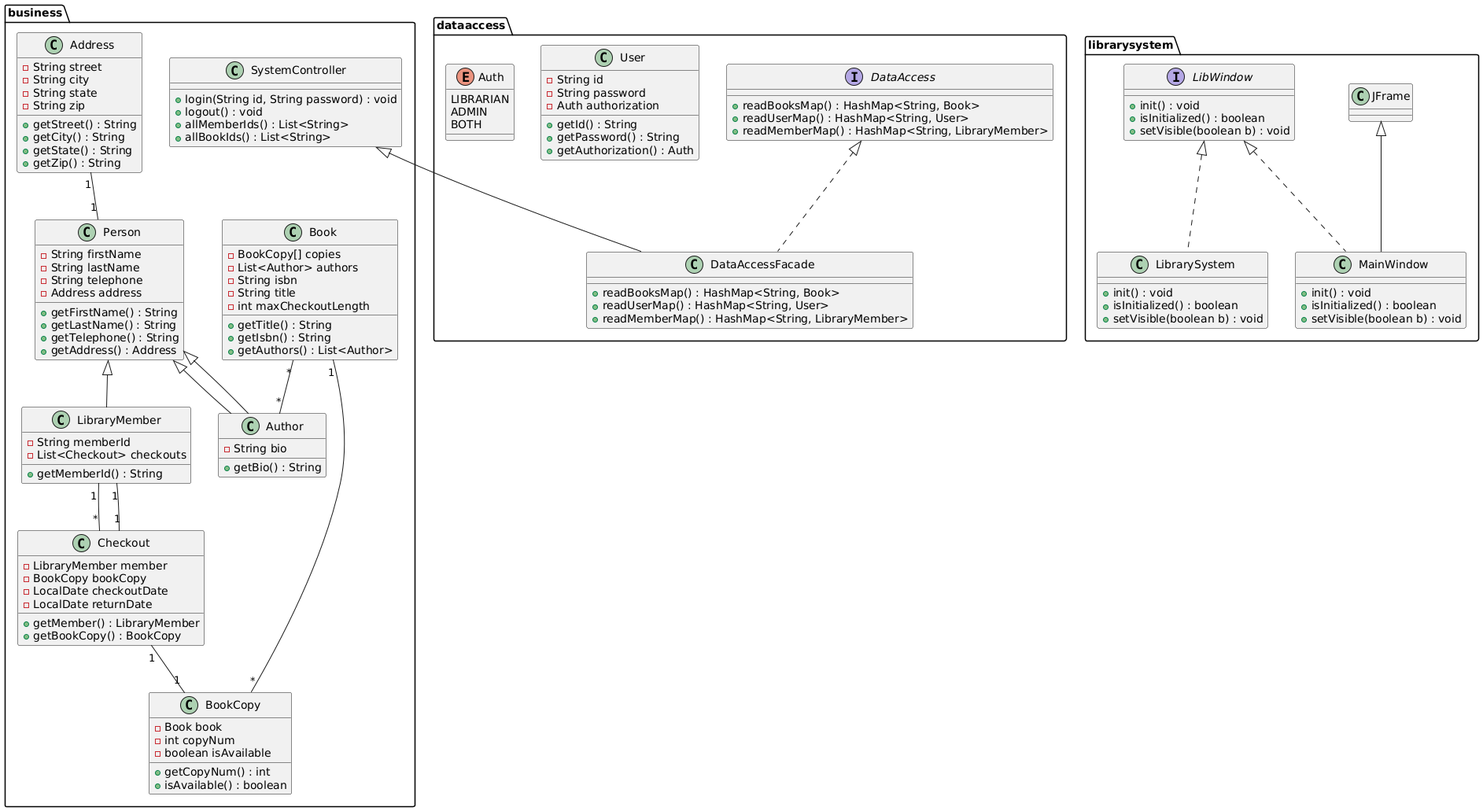
The PlantUML diagram src/uml/class_diagram.png in mohammed-almassri/LibraryGroupD, before a commit. Source of this version:
```plantuml
@startuml
package business {
  class Address {
   - String street
   - String city
   - String state
   - String zip
   + getStreet() : String
   + getCity() : String
   + getState() : String
   + getZip() : String
  }

  class Person {
   - String firstName
   - String lastName
   - String telephone
   - Address address
   + getFirstName() : String
   + getLastName() : String
   + getTelephone() : String
   + getAddress() : Address
  }

  class Author extends Person {
   - String bio
   + getBio() : String
  }

  class Book {
   - BookCopy[] copies
   - List<Author> authors
   - String isbn
   - String title
   - int maxCheckoutLength
   + getTitle() : String
   + getIsbn() : String
   + getAuthors() : List<Author>
  }

  class BookCopy {
   - Book book
   - int copyNum
   - boolean isAvailable
   + getCopyNum() : int
   + isAvailable() : boolean
  }

  class LibraryMember extends Person {
   - String memberId
   - List<Checkout> checkouts
   + getMemberId() : String
  }

  class Checkout {
   - LibraryMember member
   - BookCopy bookCopy
   - LocalDate checkoutDate
   - LocalDate returnDate
   + getMember() : LibraryMember
   + getBookCopy() : BookCopy
  }

  class SystemController {
   + login(String id, String password) : void
   + logout() : void
   + allMemberIds() : List<String>
   + allBookIds() : List<String>
  }
}

package dataaccess {
  enum Auth {
   LIBRARIAN
   ADMIN
   BOTH
  }

  class User {
   - String id
   - String password
   - Auth authorization
   + getId() : String
   + getPassword() : String
   + getAuthorization() : Auth
  }

  interface DataAccess {
   + readBooksMap() : HashMap<String, Book>
   + readUserMap() : HashMap<String, User>
   + readMemberMap() : HashMap<String, LibraryMember>
  }

  class DataAccessFacade implements DataAccess {
   + readBooksMap() : HashMap<String, Book>
   + readUserMap() : HashMap<String, User>
   + readMemberMap() : HashMap<String, LibraryMember>
  }
}

package librarysystem {
  interface LibWindow {
   + init() : void
   + isInitialized() : boolean
   + setVisible(boolean b) : void
  }

  class LibrarySystem implements LibWindow {
   + init() : void
   + isInitialized() : boolean
   + setVisible(boolean b) : void
  }

  class MainWindow extends JFrame implements LibWindow {
   + init() : void
   + isInitialized() : boolean
   + setVisible(boolean b) : void
  }
}

Address "1" -- "1" Person
Person <|-- Author
LibraryMember "1" -- "*" Checkout
Book "1" -- "*" BookCopy
Book "*" -- "*" Author
Checkout "1" -- "1" BookCopy
Checkout "1" -- "1" LibraryMember
SystemController <|-- DataAccessFacade
@enduml
```
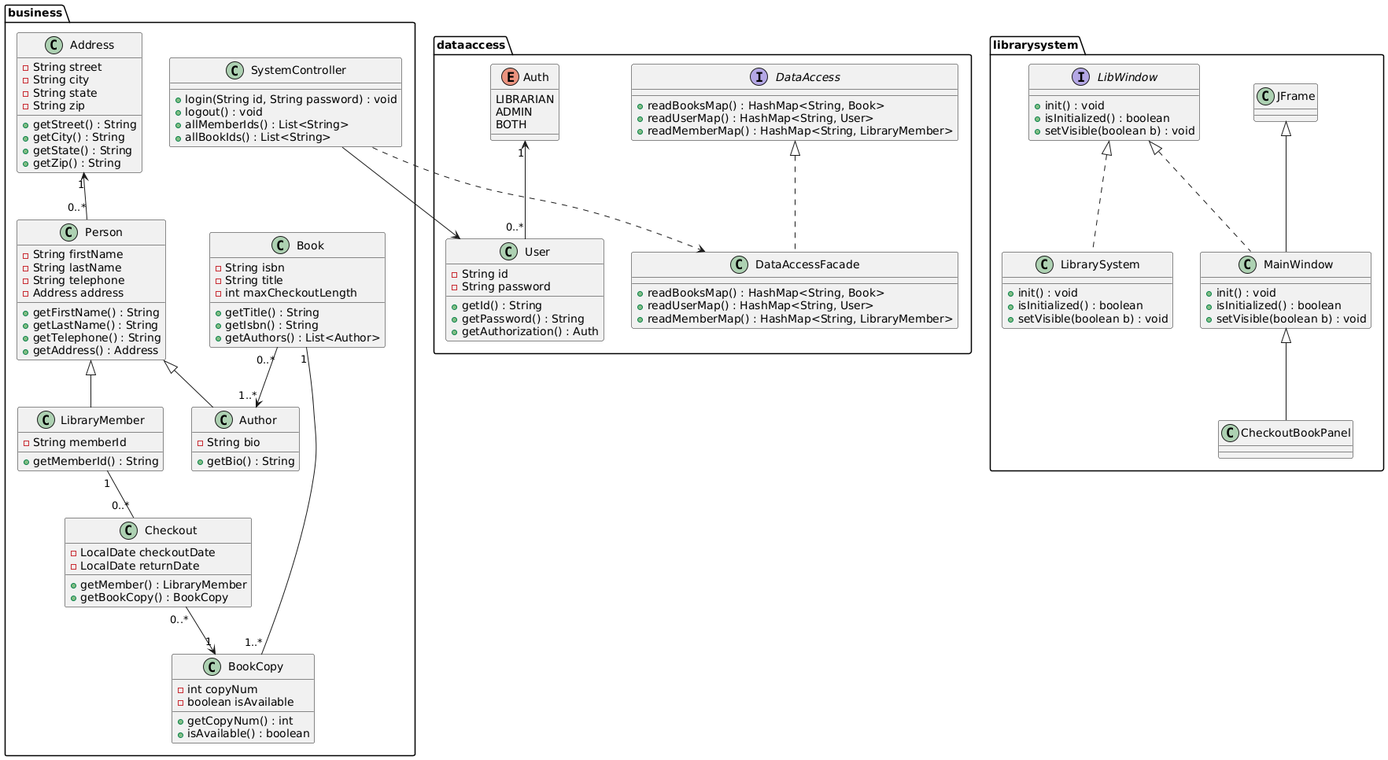
Later version of the same file.

Commit message:
class diagram fix

The edit, as a diff of the source:
```diff
@@ -28,8 +28,6 @@
   }
 
   class Book {
-   - BookCopy[] copies
-   - List<Author> authors
    - String isbn
    - String title
    - int maxCheckoutLength
@@ -39,7 +37,6 @@
   }
 
   class BookCopy {
-   - Book book
    - int copyNum
    - boolean isAvailable
    + getCopyNum() : int
@@ -48,13 +45,10 @@
 
   class LibraryMember extends Person {
    - String memberId
-   - List<Checkout> checkouts
    + getMemberId() : String
   }
 
   class Checkout {
-   - LibraryMember member
-   - BookCopy bookCopy
    - LocalDate checkoutDate
    - LocalDate returnDate
    + getMember() : LibraryMember
@@ -79,7 +73,6 @@
   class User {
    - String id
    - String password
-   - Auth authorization
    + getId() : String
    + getPassword() : String
    + getAuthorization() : Auth
@@ -116,14 +109,18 @@
    + isInitialized() : boolean
    + setVisible(boolean b) : void
   }
+
+  class CheckoutBookPanel extends MainWindow {
+
+  }
 }
 
-Address "1" -- "1" Person
-Person <|-- Author
-LibraryMember "1" -- "*" Checkout
-Book "1" -- "*" BookCopy
-Book "*" -- "*" Author
-Checkout "1" -- "1" BookCopy
-Checkout "1" -- "1" LibraryMember
-SystemController <|-- DataAccessFacade
+Auth "1" <-- "0..*" User
+SystemController  --> User
+Address "1" <-- "0..*" Person
+LibraryMember "1" -- "0..*" Checkout
+Book "1" -- "1..*" BookCopy
+Book "0..*" --> "1..*" Author
+Checkout "0..*" --> "1" BookCopy
+SystemController ..> DataAccessFacade
 @enduml
```
